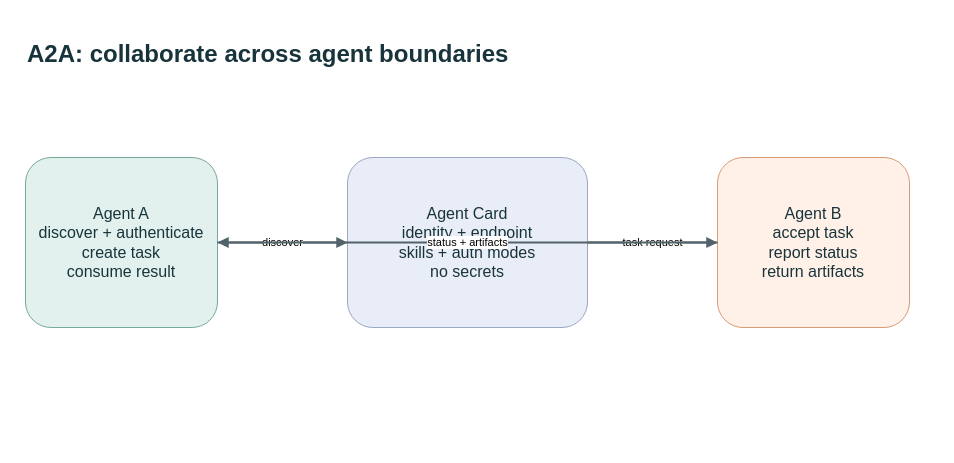
The draw.io diagram docs/images/a2a-visual-summary.drawio in evoiz/Agentic-Design-Patterns, before the edit. Source tidied: cells renumbered, new cells numbered last; positions are measured from the earlier drawing's top-left corner, leaving out a move shared by most shapes. Both pictures are drawn from the tidied source at 100%, with x=0, y=0 at pixel (25, 19).
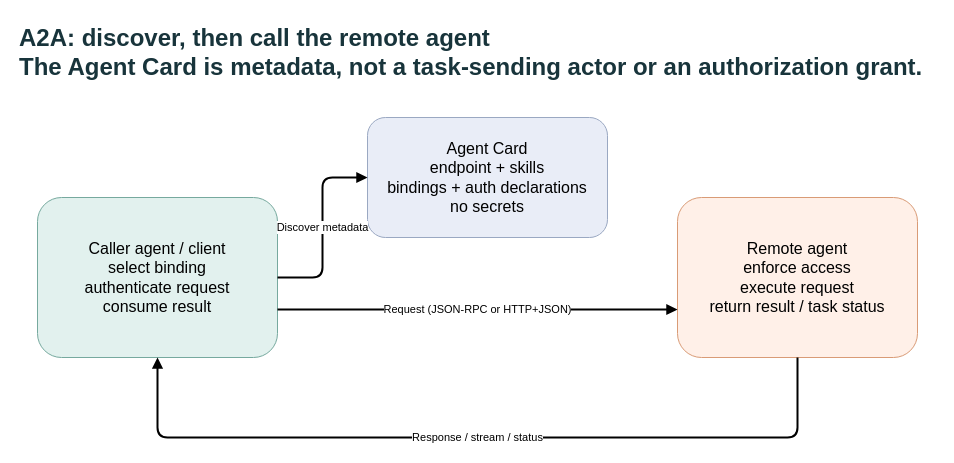
Above is the later version.

What changed in the source:
```diff
@@
 <mxGraphModel>
   <root>
     <mxCell id="0" />
     <mxCell id="1" parent="0" />
-    <mxCell id="2" value="A2A: collaborate across agent boundaries" style="text;html=1;align=left;verticalAlign=middle;whiteSpace=wrap;rounded=0;fontSize=24;fontStyle=1;fontColor=#18343B;" parent="1" vertex="1">
-      <mxGeometry width="850" height="70" as="geometry" />
+    <mxCell id="2" value="A2A: discover, then call the remote agent&#10;The Agent Card is metadata, not a task-sending actor or an authorization grant." style="text;html=1;align=left;whiteSpace=wrap;fontSize=24;fontColor=#18343B;fontStyle=1;" parent="1" vertex="1">
+      <mxGeometry x="-8" y="-2" width="920" height="80" as="geometry" />
     </mxCell>
-    <mxCell id="3" value="Agent A&#10;discover + authenticate&#10;create task&#10;consume result" style="rounded=1;whiteSpace=wrap;html=1;fillColor=#E2F1EE;strokeColor=#76A99E;fontColor=#18343B;fontSize=16;" parent="1" vertex="1">
-      <mxGeometry y="138" width="192" height="170" as="geometry" />
+    <mxCell id="3" value="Caller agent / client&#10;select binding&#10;authenticate request&#10;consume result" style="rounded=1;whiteSpace=wrap;html=1;fillColor=#E2F1EE;strokeColor=#76A99E;fontSize=16;" parent="1" vertex="1">
+      <mxGeometry x="12" y="178" width="240" height="160" as="geometry" />
     </mxCell>
-    <mxCell id="4" value="Agent Card&#10;identity + endpoint&#10;skills + auth modes&#10;no secrets" style="rounded=1;whiteSpace=wrap;html=1;fillColor=#E9EDF7;strokeColor=#9AA8C2;fontColor=#18343B;fontSize=16;" parent="1" vertex="1">
-      <mxGeometry x="322" y="138" width="240" height="170" as="geometry" />
+    <mxCell id="4" value="Agent Card&#10;endpoint + skills&#10;bindings + auth declarations&#10;no secrets" style="rounded=1;whiteSpace=wrap;html=1;fillColor=#E9EDF7;strokeColor=#9AA8C2;fontSize=16;" parent="1" vertex="1">
+      <mxGeometry x="342" y="98" width="240" height="120" as="geometry" />
     </mxCell>
-    <mxCell id="5" value="Agent B&#10;accept task&#10;report status&#10;return artifacts" style="rounded=1;whiteSpace=wrap;html=1;fillColor=#FFF0E8;strokeColor=#D99B76;fontColor=#18343B;fontSize=16;" parent="1" vertex="1">
-      <mxGeometry x="692" y="138" width="192" height="170" as="geometry" />
+    <mxCell id="5" value="Remote agent&#10;enforce access&#10;execute request&#10;return result / task status" style="rounded=1;whiteSpace=wrap;html=1;fillColor=#FFF0E8;strokeColor=#D99B76;fontSize=16;" parent="1" vertex="1">
+      <mxGeometry x="652" y="178" width="240" height="160" as="geometry" />
     </mxCell>
-    <mxCell id="6" value="discover" style="edgeStyle=orthogonalEdgeStyle;rounded=0;html=1;endArrow=block;endFill=1;strokeColor=#52636B;strokeWidth=2;" parent="1" edge="1" source="3" target="4">
+    <mxCell id="6" value="Discover metadata" style="edgeStyle=orthogonalEdgeStyle;html=1;endArrow=block;strokeWidth=2;labelBackgroundColor=#FFFFFF;" parent="1" edge="1" source="3" target="4">
       <mxGeometry relative="1" as="geometry" />
     </mxCell>
-    <mxCell id="7" value="task request" style="edgeStyle=orthogonalEdgeStyle;rounded=0;html=1;endArrow=block;endFill=1;strokeColor=#52636B;strokeWidth=2;" parent="1" edge="1" source="4" target="5">
+    <mxCell id="7" value="Request (JSON-RPC or HTTP+JSON)" style="edgeStyle=orthogonalEdgeStyle;html=1;endArrow=block;strokeWidth=2;exitX=1;exitY=0.7;entryX=0;entryY=0.7;labelBackgroundColor=#FFFFFF;" parent="1" edge="1" source="3" target="5">
       <mxGeometry relative="1" as="geometry" />
     </mxCell>
-    <mxCell id="8" value="status + artifacts" style="edgeStyle=orthogonalEdgeStyle;rounded=0;html=1;endArrow=block;endFill=1;strokeColor=#52636B;strokeWidth=2;" parent="1" edge="1" source="5" target="3">
-      <mxGeometry relative="1" as="geometry" />
+    <mxCell id="8" value="Response / stream / status" style="edgeStyle=orthogonalEdgeStyle;html=1;endArrow=block;strokeWidth=2;exitX=0.5;exitY=1;entryX=0.5;entryY=1;labelBackgroundColor=#FFFFFF;" parent="1" edge="1" source="5" target="3">
+      <mxGeometry relative="1" as="geometry">
+        <Array as="points">
+          <mxPoint x="772" y="418" />
+          <mxPoint x="132" y="418" />
+        </Array>
+      </mxGeometry>
     </mxCell>
   </root>
 </mxGraphModel>
```
